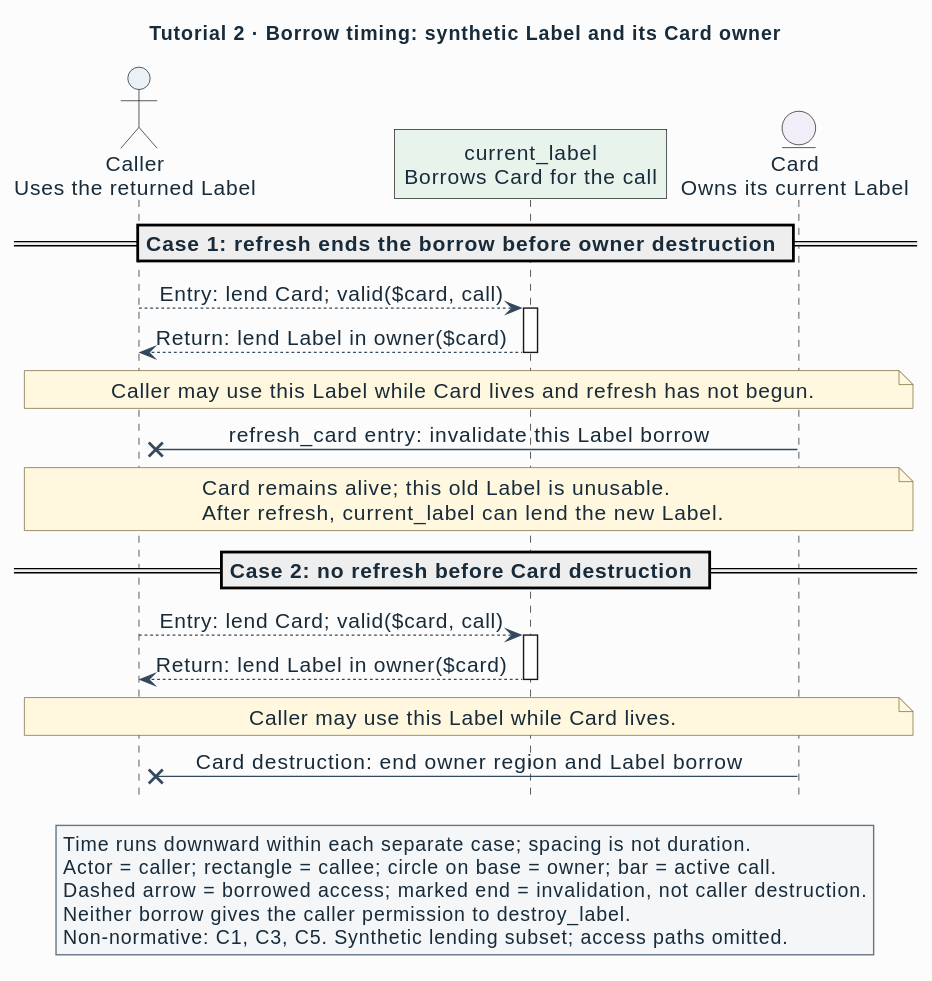
Before: semantic/specification/interface-language/figures/tutorial-borrow.svg, a diagram exported from PlantUML (Linkuistics/APIAnyware). Its source is kept beside it as semantic/specification/interface-language/figures/tutorial-borrow.puml.
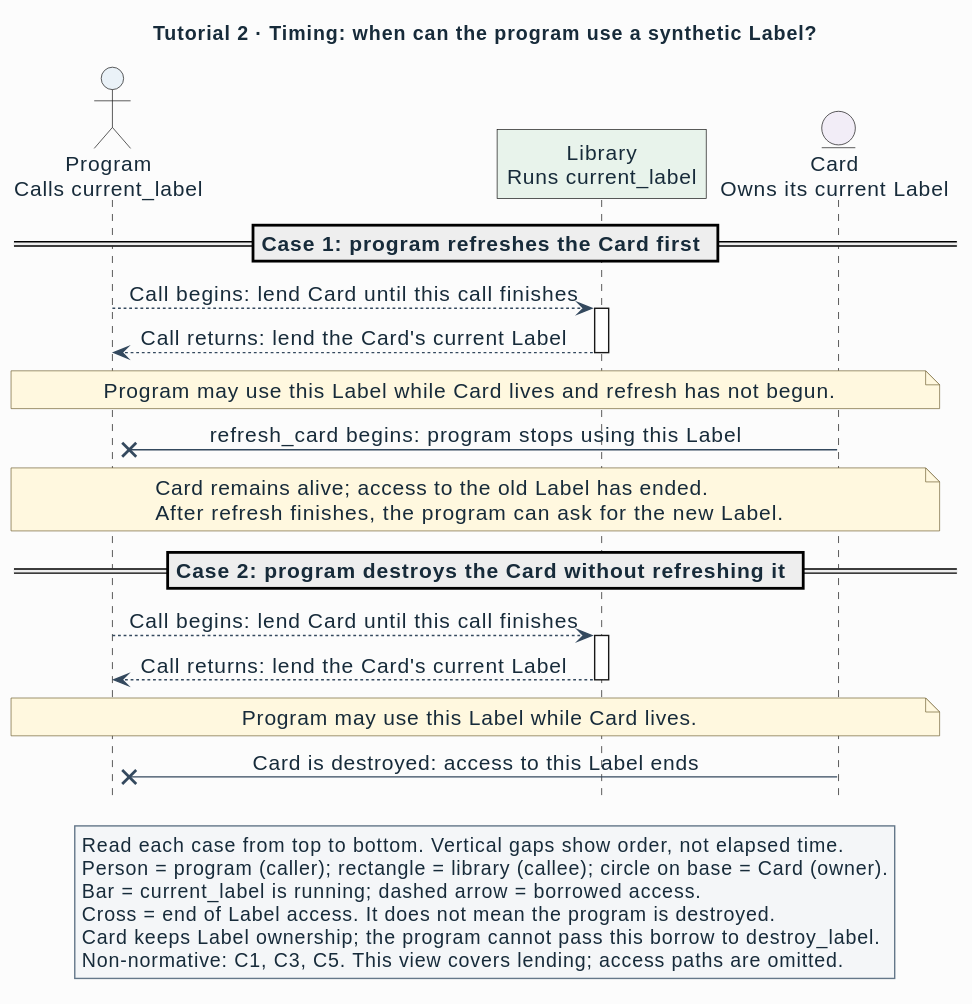
Later version of the same file.

Change to the diagram source:
```diff
@@ -1,33 +1,34 @@
 @startuml
 !include style/ail.puml
-title Tutorial 2 · Borrow timing: synthetic Label and its Card owner
+title Tutorial 2 · Timing: when can the program use a synthetic Label?
 hide footbox
-$caller(caller, "Caller\nUses the returned Label")
-$callee(getter, "current_label\nBorrows Card for the call")
+$caller(caller, "Program\nCalls current_label")
+$callee(getter, "Library\nRuns current_label")
 $owner(card, "Card\nOwns its current Label")
-== Case 1: refresh ends the borrow before owner destruction ==
-caller --> getter : Entry: lend Card; valid($card, call)
+== Case 1: program refreshes the Card first ==
+caller --> getter : Call begins: lend Card until this call finishes
 activate getter
-getter --> caller : Return: lend Label in owner($card)
+getter --> caller : Call returns: lend the Card's current Label
 deactivate getter
-note over caller, card : Caller may use this Label while Card lives and refresh has not begun.
-card ->x caller : refresh_card entry: invalidate this Label borrow
+note over caller, card : Program may use this Label while Card lives and refresh has not begun.
+card ->x caller : refresh_card begins: program stops using this Label
 note over caller, card
-  Card remains alive; this old Label is unusable.
-  After refresh, current_label can lend the new Label.
+  Card remains alive; access to the old Label has ended.
+  After refresh finishes, the program can ask for the new Label.
 end note
-== Case 2: no refresh before Card destruction ==
-caller --> getter : Entry: lend Card; valid($card, call)
+== Case 2: program destroys the Card without refreshing it ==
+caller --> getter : Call begins: lend Card until this call finishes
 activate getter
-getter --> caller : Return: lend Label in owner($card)
+getter --> caller : Call returns: lend the Card's current Label
 deactivate getter
-note over caller, card : Caller may use this Label while Card lives.
-card ->x caller : Card destruction: end owner region and Label borrow
+note over caller, card : Program may use this Label while Card lives.
+card ->x caller : Card is destroyed: access to this Label ends
 legend bottom
-  Time runs downward within each separate case; spacing is not duration.
-  Actor = caller; rectangle = callee; circle on base = owner; bar = active call.
-  Dashed arrow = borrowed access; marked end = invalidation, not caller destruction.
-  Neither borrow gives the caller permission to destroy_label.
-  Non-normative: C1, C3, C5. Synthetic lending subset; access paths omitted.
+  Read each case from top to bottom. Vertical gaps show order, not elapsed time.
+  Person = program (caller); rectangle = library (callee); circle on base = Card (owner).
+  Bar = current_label is running; dashed arrow = borrowed access.
+  Cross = end of Label access. It does not mean the program is destroyed.
+  Card keeps Label ownership; the program cannot pass this borrow to destroy_label.
+  Non-normative: C1, C3, C5. This view covers lending; access paths are omitted.
 endlegend
 @enduml
```
